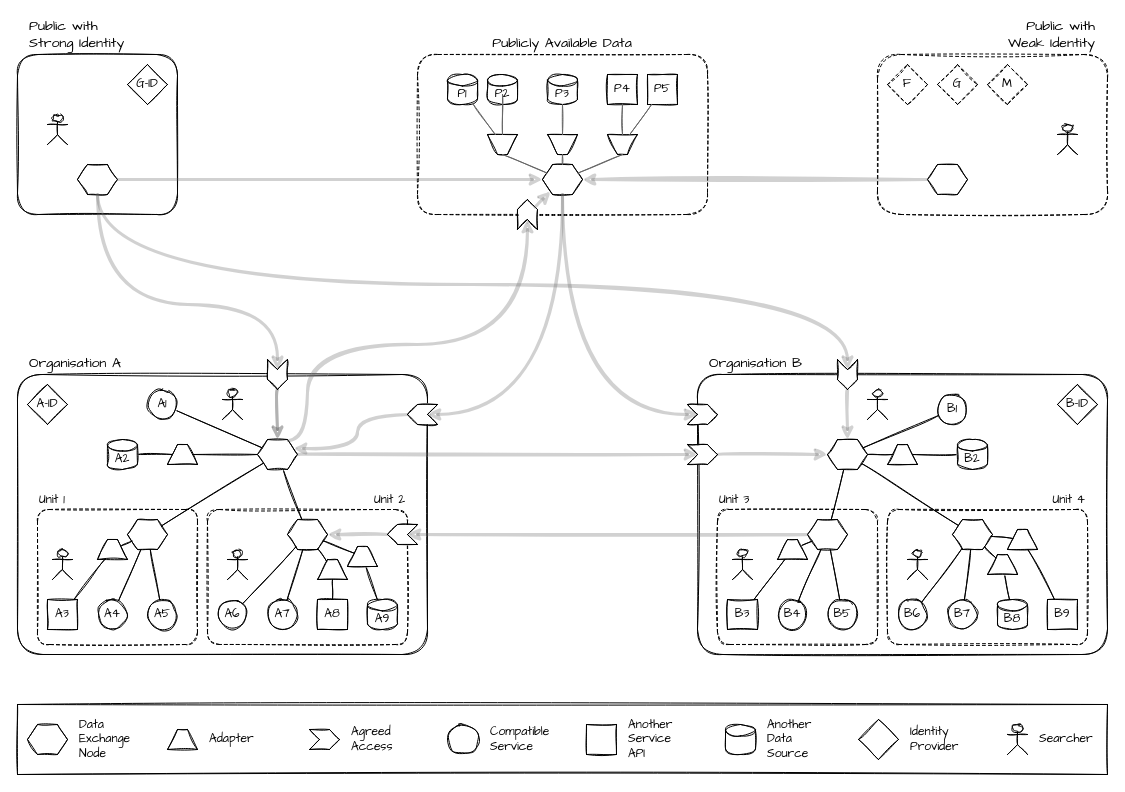
Above: page "System" (1 of 2) of docs/interactions.drawio in michalporeba/odis (draw.io), before the change. Source tidied: cells renumbered, new cells numbered last; positions are measured from the earlier drawing's top-left corner, leaving out a move shared by most shapes. Both pictures are drawn from the tidied source at 100%, with x=0, y=0 at pixel (17, 34).
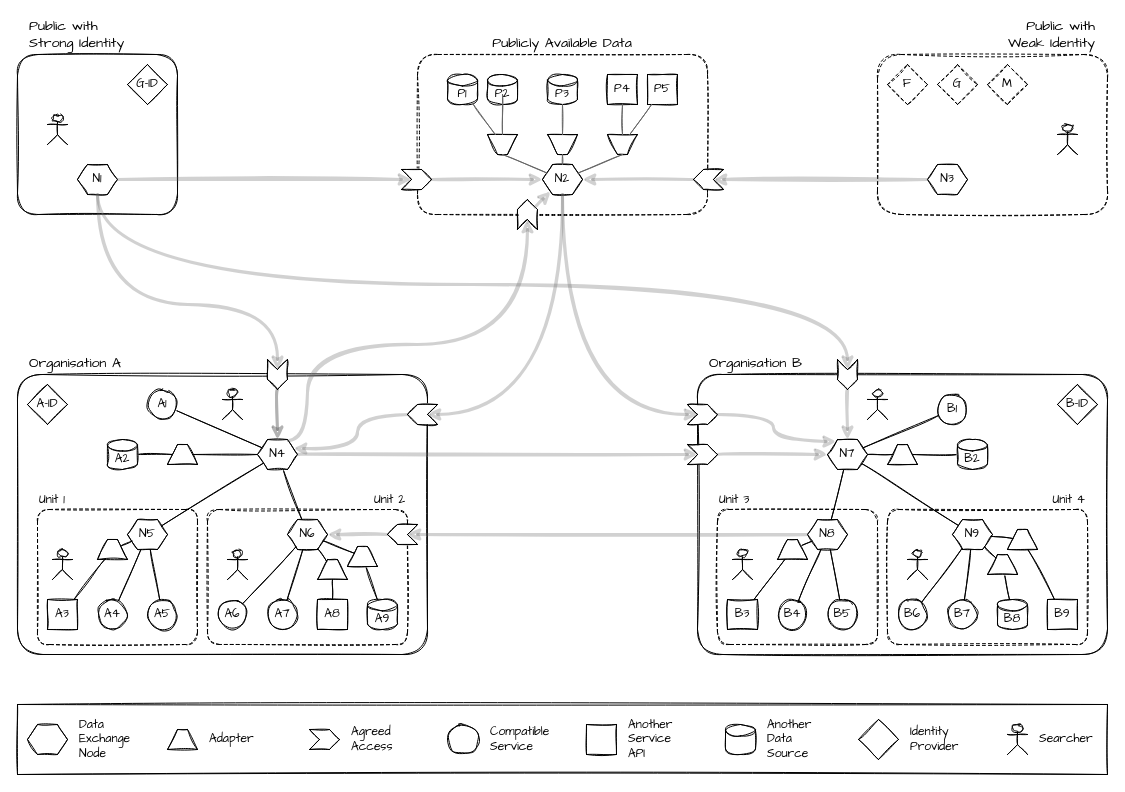
The same page after the edit.

Commit message (it also covers changes not shown here):
improving the interactions map base

Unchanged cells that the change refers to:
```xml
<mxCell id="3" style="group;" parent="1" vertex="1">
  <mxGeometry y="320" width="410" height="300" as="geometry" />
</mxCell>
<mxCell id="51" style="group;align=left;strokeColor=none;" parent="1" vertex="1">
  <mxGeometry x="680" y="320" width="410" height="300" as="geometry" />
</mxCell>
<mxCell id="98" style="group;" parent="1" vertex="1">
  <mxGeometry width="160" height="180" as="geometry" />
</mxCell>
```

The edit, as a diff of the source:
```diff
@@
-    <mxCell id="8" style="shape=hexagon;perimeter=hexagonPerimeter2;whiteSpace=wrap;html=1;fixedSize=1;size=10;sketch=1;fontFamily=Comic Sans MS;" parent="3" vertex="1">
+    <mxCell id="8" value="N6" style="shape=hexagon;perimeter=hexagonPerimeter2;whiteSpace=wrap;html=1;fixedSize=1;size=10;sketch=1;fontFamily=Comic Sans MS;" parent="3" vertex="1">
       <mxGeometry x="270" y="165" width="40" height="30" as="geometry" />
     </mxCell>
@@
-    <mxCell id="24" style="shape=hexagon;perimeter=hexagonPerimeter2;whiteSpace=wrap;html=1;fixedSize=1;size=10;sketch=1;fontFamily=Comic Sans MS;" parent="3" vertex="1">
+    <mxCell id="24" value="N5" style="shape=hexagon;perimeter=hexagonPerimeter2;whiteSpace=wrap;html=1;fixedSize=1;size=10;sketch=1;fontFamily=Comic Sans MS;" parent="3" vertex="1">
       <mxGeometry x="110" y="165" width="40" height="30" as="geometry" />
     </mxCell>
@@
-    <mxCell id="27" style="shape=hexagon;perimeter=hexagonPerimeter2;whiteSpace=wrap;html=1;fixedSize=1;size=10;sketch=1;fontFamily=Comic Sans MS;" parent="3" vertex="1">
+    <mxCell id="27" value="N4" style="shape=hexagon;perimeter=hexagonPerimeter2;whiteSpace=wrap;html=1;fixedSize=1;size=10;sketch=1;fontFamily=Comic Sans MS;" parent="3" vertex="1">
       <mxGeometry x="240" y="85" width="40" height="30" as="geometry" />
     </mxCell>
@@
-    <mxCell id="56" style="shape=hexagon;perimeter=hexagonPerimeter2;whiteSpace=wrap;html=1;fixedSize=1;size=10;sketch=1;fontFamily=Comic Sans MS;" parent="51" vertex="1">
+    <mxCell id="56" value="N9" style="shape=hexagon;perimeter=hexagonPerimeter2;whiteSpace=wrap;html=1;fixedSize=1;size=10;sketch=1;fontFamily=Comic Sans MS;" parent="51" vertex="1">
       <mxGeometry x="255" y="165" width="40" height="30" as="geometry" />
     </mxCell>
@@
-    <mxCell id="72" style="shape=hexagon;perimeter=hexagonPerimeter2;whiteSpace=wrap;html=1;fixedSize=1;size=10;sketch=1;fontFamily=Comic Sans MS;" parent="51" vertex="1">
+    <mxCell id="72" value="N8" style="shape=hexagon;perimeter=hexagonPerimeter2;whiteSpace=wrap;html=1;fixedSize=1;size=10;sketch=1;fontFamily=Comic Sans MS;" parent="51" vertex="1">
       <mxGeometry x="110" y="165" width="40" height="30" as="geometry" />
     </mxCell>
@@
-    <mxCell id="75" style="shape=hexagon;perimeter=hexagonPerimeter2;whiteSpace=wrap;html=1;fixedSize=1;size=10;sketch=1;fontFamily=Comic Sans MS;" parent="51" vertex="1">
+    <mxCell id="75" value="N7" style="shape=hexagon;perimeter=hexagonPerimeter2;whiteSpace=wrap;html=1;fixedSize=1;size=10;sketch=1;fontFamily=Comic Sans MS;" parent="51" vertex="1">
       <mxGeometry x="130" y="85" width="40" height="30" as="geometry" />
     </mxCell>
@@
-    <mxCell id="101" style="shape=hexagon;perimeter=hexagonPerimeter2;whiteSpace=wrap;html=1;fixedSize=1;size=10;sketch=1;fontFamily=Comic Sans MS;" parent="98" vertex="1">
+    <mxCell id="101" value="N1" style="shape=hexagon;perimeter=hexagonPerimeter2;whiteSpace=wrap;html=1;fixedSize=1;size=10;sketch=1;fontFamily=Comic Sans MS;" parent="98" vertex="1">
       <mxGeometry x="60" y="130" width="40" height="30" as="geometry" />
     </mxCell>
@@
-    <mxCell id="106" style="shape=hexagon;perimeter=hexagonPerimeter2;whiteSpace=wrap;html=1;fixedSize=1;size=10;sketch=1;fontFamily=Comic Sans MS;" parent="1" vertex="1">
+    <mxCell id="106" value="N3" style="shape=hexagon;perimeter=hexagonPerimeter2;whiteSpace=wrap;html=1;fixedSize=1;size=10;sketch=1;fontFamily=Comic Sans MS;" parent="1" vertex="1">
       <mxGeometry x="910" y="130" width="40" height="30" as="geometry" />
     </mxCell>
@@
     <mxCell id="111" style="group;dashed=1;" parent="1" vertex="1">
-      <mxGeometry x="400" y="20" width="290" height="170" as="geometry" />
+      <mxGeometry x="400" y="20" width="310" height="170" as="geometry" />
     </mxCell>
@@
-    <mxCell id="113" style="shape=hexagon;perimeter=hexagonPerimeter2;whiteSpace=wrap;html=1;fixedSize=1;size=10;sketch=1;fontFamily=Comic Sans MS;" parent="111" vertex="1">
+    <mxCell id="113" value="N2" style="shape=hexagon;perimeter=hexagonPerimeter2;whiteSpace=wrap;html=1;fixedSize=1;size=10;sketch=1;fontFamily=Comic Sans MS;" parent="111" vertex="1">
       <mxGeometry x="125" y="110" width="40" height="30" as="geometry" />
     </mxCell>
@@
+    <mxCell id="172" style="edgeStyle=orthogonalEdgeStyle;curved=1;rounded=0;sketch=1;jettySize=auto;html=1;fontFamily=Comic Sans MS;fontSize=20;fontColor=#000000;endArrow=classic;endFill=1;strokeColor=#666666;strokeWidth=3;opacity=30;" parent="111" edge="1" source="173" target="113">
+      <mxGeometry relative="1" as="geometry" />
+    </mxCell>
+    <mxCell id="173" style="shape=step;perimeter=stepPerimeter;whiteSpace=wrap;html=1;fixedSize=1;sketch=1;fontFamily=Comic Sans MS;size=10;rotation=-180;" parent="111" vertex="1">
+      <mxGeometry x="276" y="115" width="30" height="20" as="geometry" />
+    </mxCell>
@@
-    <mxCell id="163" style="edgeStyle=none;rounded=0;sketch=1;jettySize=auto;html=1;fontFamily=Comic Sans MS;fontSize=12;endArrow=classic;endFill=1;strokeColor=#666666;strokeWidth=3;opacity=30;" parent="1" edge="1" source="101" target="113">
+    <mxCell id="163" style="edgeStyle=none;rounded=0;sketch=1;jettySize=auto;html=1;fontFamily=Comic Sans MS;fontSize=12;endArrow=classic;endFill=1;strokeColor=#666666;strokeWidth=3;opacity=30;startArrow=none;" parent="1" edge="1" source="175" target="113">
       <mxGeometry relative="1" as="geometry" />
     </mxCell>
-    <mxCell id="164" style="edgeStyle=none;rounded=0;sketch=1;jettySize=auto;html=1;fontFamily=Comic Sans MS;fontSize=12;endArrow=classic;endFill=1;strokeColor=#666666;strokeWidth=3;opacity=30;" parent="1" edge="1" source="106" target="113">
+    <mxCell id="164" style="edgeStyle=none;rounded=0;sketch=1;jettySize=auto;html=1;fontFamily=Comic Sans MS;fontSize=12;endArrow=classic;endFill=1;strokeColor=#666666;strokeWidth=3;opacity=30;entryX=0;entryY=0.5;entryDx=0;entryDy=0;" parent="1" edge="1" source="106" target="173">
       <mxGeometry relative="1" as="geometry" />
     </mxCell>
@@
+    <mxCell id="174" style="edgeStyle=orthogonalEdgeStyle;curved=1;rounded=0;sketch=1;orthogonalLoop=1;jettySize=auto;html=1;fontFamily=Comic Sans MS;fontSize=20;fontColor=#000000;endArrow=classic;endFill=1;strokeColor=#666666;strokeWidth=3;opacity=30;" parent="1" edge="1">
+      <mxGeometry relative="1" as="geometry">
+        <mxPoint x="700" y="380" as="sourcePoint" />
+        <mxPoint x="818.7" y="407" as="targetPoint" />
+        <Array as="points">
+          <mxPoint x="756" y="380" />
+          <mxPoint x="756" y="407" />
+        </Array>
+      </mxGeometry>
+    </mxCell>
+    <mxCell id="175" style="shape=step;perimeter=stepPerimeter;whiteSpace=wrap;html=1;fixedSize=1;sketch=1;fontFamily=Comic Sans MS;size=10;" parent="1" vertex="1">
+      <mxGeometry x="384" y="135" width="30" height="20" as="geometry" />
+    </mxCell>
+    <mxCell id="176" style="edgeStyle=none;rounded=0;sketch=1;jettySize=auto;html=1;fontFamily=Comic Sans MS;fontSize=12;endArrow=classic;endFill=1;strokeColor=#666666;strokeWidth=3;opacity=30;" parent="1" edge="1" source="101" target="175">
+      <mxGeometry relative="1" as="geometry" />
+    </mxCell>
```
